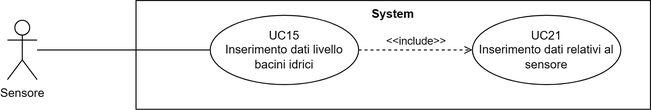
This is src/3_PB/AnalisiDeiRequisiti/assets/UML/UC15_Inserimento-dati-livello-bacini-idrici.png from SWATEngineering/Docs, a draw.io export, as it was before one commit. Source tidied: cells renumbered, new cells last; positions are measured from the earlier drawing's top-left corner, leaving out a move shared by most shapes.
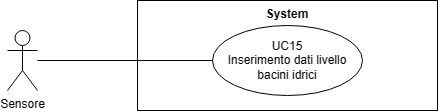
After the commit.

What changed in the source:
```diff
@@ -3,7 +3,7 @@
     <mxCell id="0" />
     <mxCell id="1" parent="0" />
     <mxCell id="2" value="System" style="shape=rect;html=1;verticalAlign=top;fontStyle=1;whiteSpace=wrap;align=center;" parent="1" vertex="1">
-      <mxGeometry x="130" width="520" height="110" as="geometry" />
+      <mxGeometry x="130" y="-10" width="300" height="110" as="geometry" />
     </mxCell>
     <mxCell id="3" value="Sensore" style="shape=umlActor;verticalLabelPosition=bottom;verticalAlign=top;html=1;outlineConnect=0;" parent="1" vertex="1">
       <mxGeometry y="20" width="30" height="60" as="geometry" />
@@ -14,11 +14,5 @@
     <mxCell id="5" style="edgeStyle=none;html=1;endArrow=none;verticalAlign=bottom;rounded=0;" parent="1" edge="1" source="3" target="4">
       <mxGeometry relative="1" as="geometry" />
     </mxCell>
-    <mxCell id="6" value="UC21&lt;br&gt;Inserimento dati relativi al sensore" style="ellipse;whiteSpace=wrap;html=1;" parent="1" vertex="1">
-      <mxGeometry x="470" y="15" width="150" height="70" as="geometry" />
-    </mxCell>
-    <mxCell id="7" value="&amp;lt;&amp;lt;include&amp;gt;&amp;gt;" style="edgeStyle=none;html=1;endArrow=open;verticalAlign=bottom;dashed=1;labelBackgroundColor=none;rounded=0;" parent="1" edge="1" source="4" target="6">
-      <mxGeometry relative="1" as="geometry" />
-    </mxCell>
   </root>
 </mxGraphModel>
```
